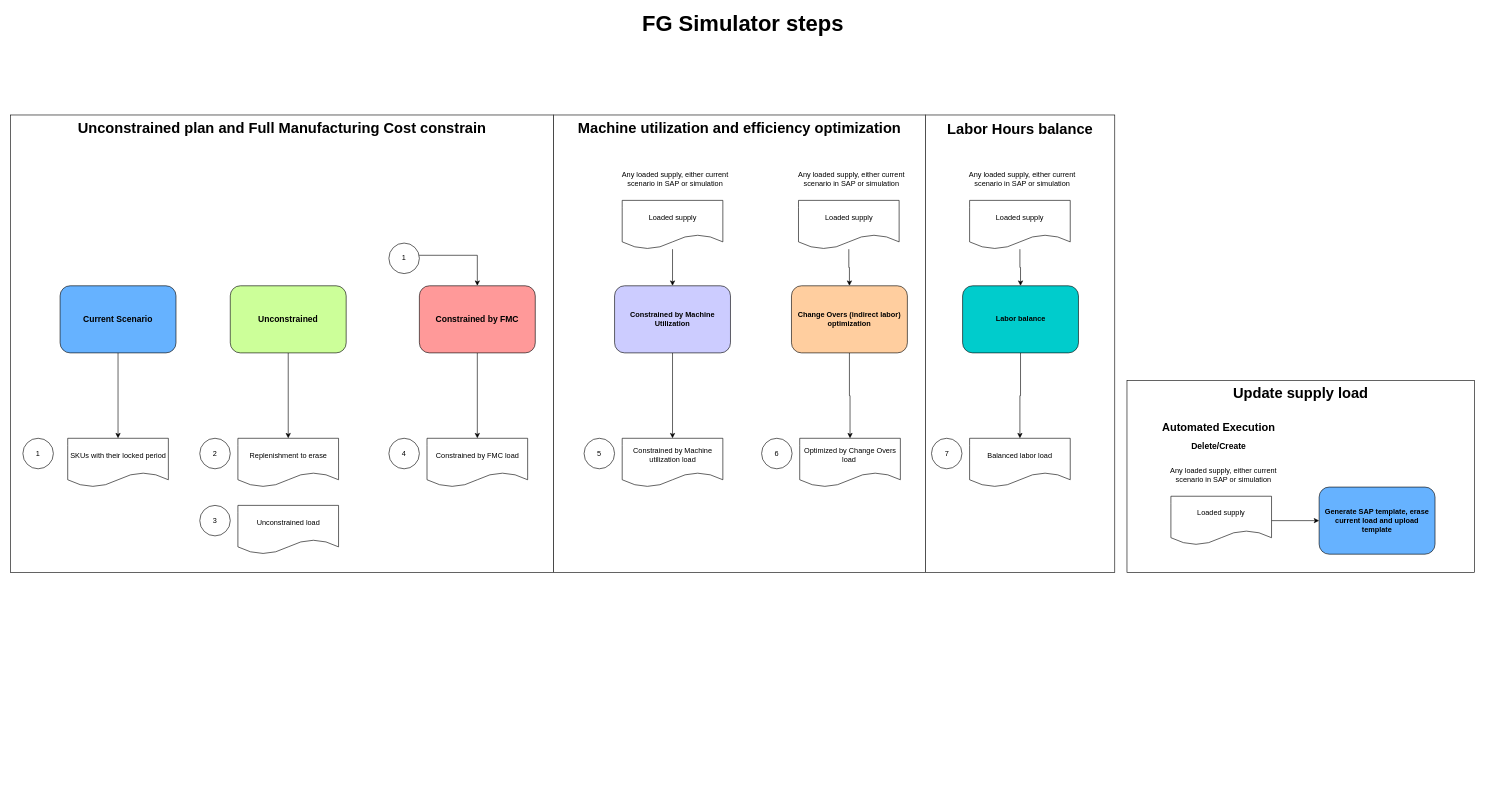
This is page "Copy of C4: Lv1" (2 of 2) of FG Simulator divided.drawio from Diegobr21/Rehab, a draw.io file, before an edit. Source tidied: cells renumbered, new cells numbered last; positions are measured from the earlier drawing's top-left corner, leaving out a move shared by most shapes. Both pictures are drawn from the tidied source at 61%, with x=0, y=0 at pixel (10, 11).
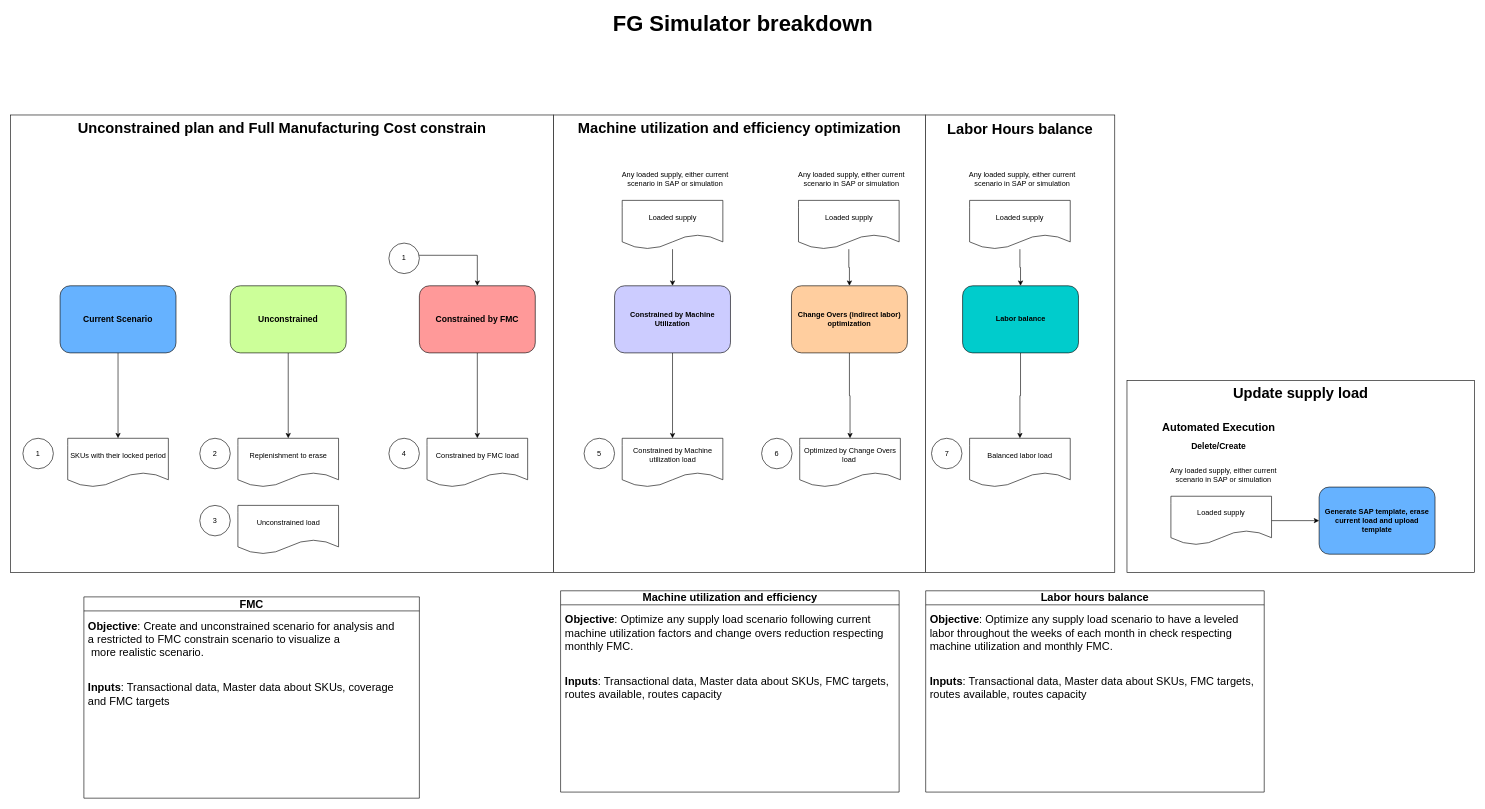
After the change.

Change to the diagram source:
```diff
@@
-    <mxCell id="15" value="&lt;font style=&quot;font-size: 36px;&quot;&gt;FG Simulator steps&lt;/font&gt;" style="text;strokeColor=none;fillColor=none;html=1;fontSize=18;fontStyle=1;verticalAlign=middle;align=center;" parent="1" vertex="1">
+    <mxCell id="15" value="&lt;font style=&quot;font-size: 36px;&quot;&gt;FG Simulator breakdown&lt;/font&gt;" style="text;strokeColor=none;fillColor=none;html=1;fontSize=18;fontStyle=1;verticalAlign=middle;align=center;" parent="1" vertex="1">
       <mxGeometry x="1150" width="100" height="40" as="geometry" />
     </mxCell>
@@
+    <mxCell id="49" value="&lt;font style=&quot;font-size: 18px;&quot;&gt;FMC&lt;/font&gt;" style="swimlane;whiteSpace=wrap;html=1;" parent="1" vertex="1">
+      <mxGeometry x="120" y="960" width="550" height="330" as="geometry" />
+    </mxCell>
+    <mxCell id="50" value="&lt;font style=&quot;font-size: 18px;&quot;&gt;&lt;b style=&quot;&quot;&gt;Objective&lt;/b&gt;: Create and unconstrained scenario for analysis and &lt;br&gt;a restricted to FMC constrain scenario to visualize a&lt;br&gt;&amp;nbsp;more realistic scenario.&lt;/font&gt;" style="text;html=1;align=left;verticalAlign=middle;strokeColor=none;fillColor=none;" parent="49" vertex="1">
+      <mxGeometry x="5" y="30" width="530" height="80" as="geometry" />
+    </mxCell>
+    <mxCell id="51" value="&lt;font style=&quot;font-size: 18px;&quot;&gt;&lt;b style=&quot;&quot;&gt;Inputs&lt;/b&gt;: Transactional data, Master data about SKUs, coverage&lt;br&gt;and FMC targets&lt;/font&gt;" style="text;html=1;align=left;verticalAlign=middle;strokeColor=none;fillColor=none;" parent="49" vertex="1">
+      <mxGeometry x="5" y="130" width="520" height="60" as="geometry" />
+    </mxCell>
+    <mxCell id="52" value="&lt;font style=&quot;font-size: 18px;&quot;&gt;Machine utilization and efficiency&lt;/font&gt;" style="swimlane;whiteSpace=wrap;html=1;startSize=23;" parent="1" vertex="1">
+      <mxGeometry x="901.5" y="950" width="555" height="330" as="geometry" />
+    </mxCell>
+    <mxCell id="53" value="&lt;font style=&quot;font-size: 18px;&quot;&gt;&lt;b style=&quot;&quot;&gt;Objective&lt;/b&gt;: Optimize any supply load scenario following current&amp;nbsp;&lt;br&gt;machine utilization factors and change overs reduction respecting&amp;nbsp;&lt;br&gt;monthly FMC.&lt;br&gt;&lt;/font&gt;" style="text;html=1;align=left;verticalAlign=middle;strokeColor=none;fillColor=none;" parent="52" vertex="1">
+      <mxGeometry x="5" y="30" width="550" height="80" as="geometry" />
+    </mxCell>
+    <mxCell id="54" value="&lt;font style=&quot;font-size: 18px;&quot;&gt;&lt;b style=&quot;&quot;&gt;Inputs&lt;/b&gt;: Transactional data, Master data about SKUs, FMC targets,&lt;br&gt;routes available, routes capacity&lt;br&gt;&lt;/font&gt;" style="text;html=1;align=left;verticalAlign=middle;strokeColor=none;fillColor=none;" parent="52" vertex="1">
+      <mxGeometry x="5" y="130" width="550" height="60" as="geometry" />
+    </mxCell>
+    <mxCell id="55" value="&lt;font style=&quot;font-size: 18px;&quot;&gt;Labor hours balance&lt;/font&gt;" style="swimlane;whiteSpace=wrap;html=1;startSize=23;" parent="1" vertex="1">
+      <mxGeometry x="1500" y="950" width="555" height="330" as="geometry" />
+    </mxCell>
+    <mxCell id="56" value="&lt;font style=&quot;font-size: 18px;&quot;&gt;&lt;b style=&quot;&quot;&gt;Objective&lt;/b&gt;: Optimize any supply load scenario to have a leveled&lt;br&gt;labor throughout the weeks of each month in check respecting&lt;br&gt;machine utilization and monthly FMC.&lt;br&gt;&lt;/font&gt;" style="text;html=1;align=left;verticalAlign=middle;strokeColor=none;fillColor=none;" parent="55" vertex="1">
+      <mxGeometry x="5" y="30" width="530" height="80" as="geometry" />
+    </mxCell>
+    <mxCell id="57" value="&lt;font style=&quot;font-size: 18px;&quot;&gt;&lt;b style=&quot;&quot;&gt;Inputs&lt;/b&gt;: Transactional data, Master data about SKUs, FMC targets,&lt;br&gt;routes available, routes capacity&lt;br&gt;&lt;/font&gt;" style="text;html=1;align=left;verticalAlign=middle;strokeColor=none;fillColor=none;" parent="55" vertex="1">
+      <mxGeometry x="5" y="130" width="550" height="60" as="geometry" />
+    </mxCell>
```
